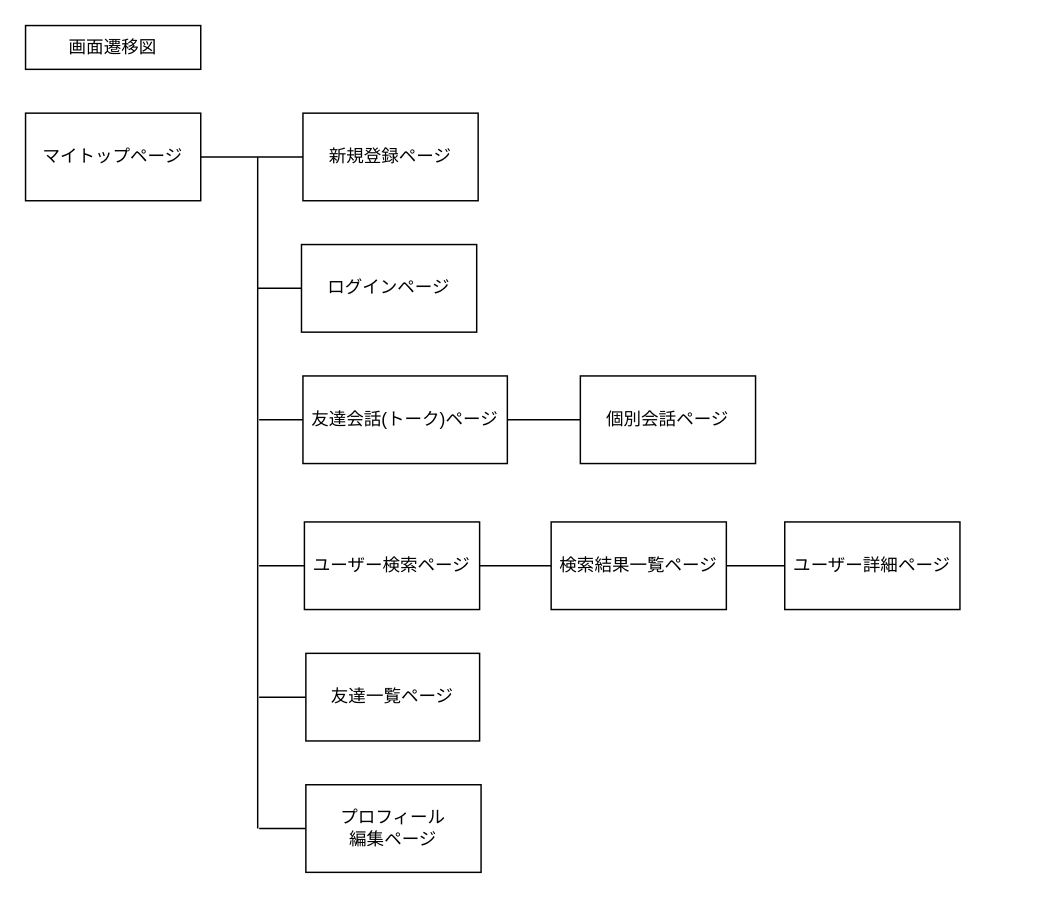
Above: page "画面遷移図" (2 of 2) of umaren.dio in suzuka1621/UMAREN1 (draw.io), before the change. Source tidied: cells renumbered, new cells numbered last; positions are measured from the earlier drawing's top-left corner, leaving out a move shared by most shapes. Both pictures are drawn from the tidied source at 146%, with x=0, y=0 at pixel (25, 25).
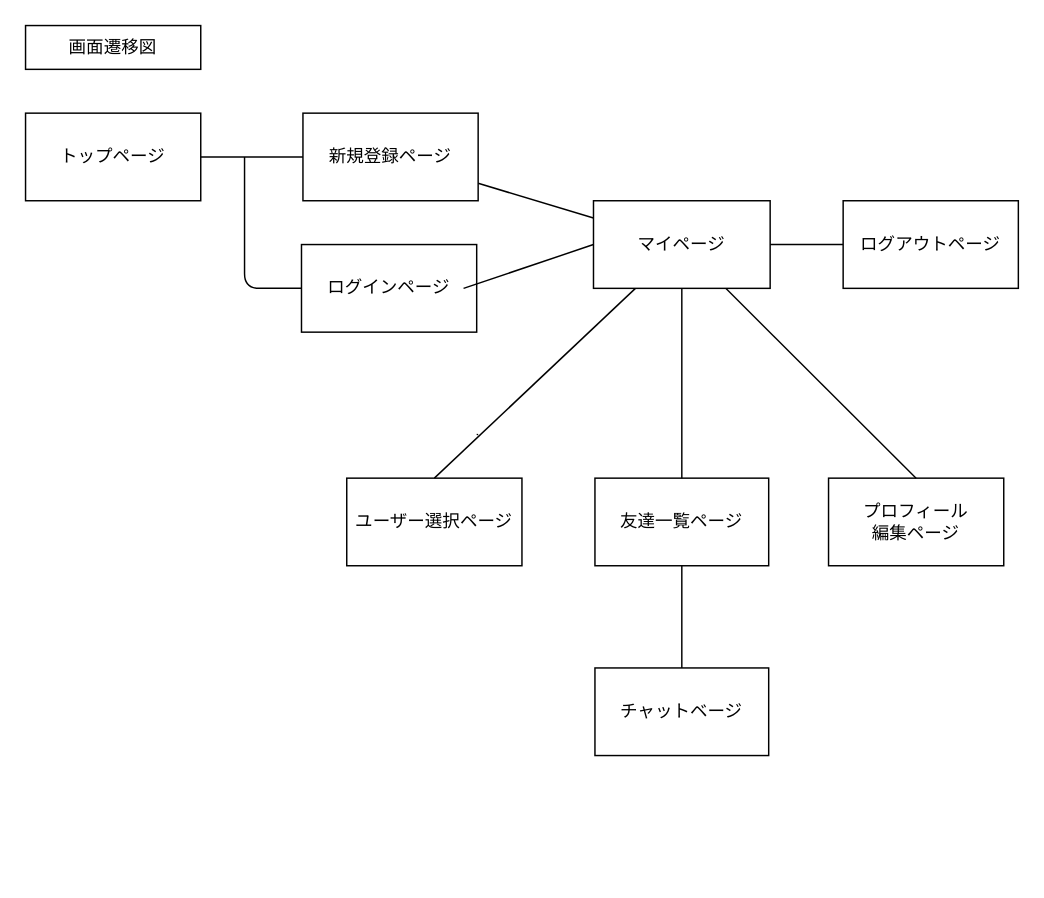
The same page after the edit.

The change refers to these unchanged cells:
```xml
<mxCell id="7" value="ログインページ" style="rounded=0;whiteSpace=wrap;html=1;" parent="1" vertex="1">
  <mxGeometry x="189" y="150" width="120" height="60" as="geometry" />
</mxCell>
<mxCell id="8" value="新規登録ページ" style="rounded=0;whiteSpace=wrap;html=1;" parent="1" vertex="1">
  <mxGeometry x="190" y="60" width="120" height="60" as="geometry" />
</mxCell>
```

Diff of the diagram source:
```diff
@@
-    <mxCell id="3" style="edgeStyle=none;html=1;exitX=0;exitY=0.5;exitDx=0;exitDy=0;endArrow=none;endFill=0;" parent="1" edge="1" source="4">
-      <mxGeometry relative="1" as="geometry">
-        <mxPoint x="160" y="370" as="targetPoint" />
-        <Array as="points">
-          <mxPoint x="170" y="370" />
-        </Array>
-      </mxGeometry>
-    </mxCell>
-    <mxCell id="4" value="ユーザー検索ページ" style="rounded=0;whiteSpace=wrap;html=1;" parent="1" vertex="1">
-      <mxGeometry x="191" y="340" width="120" height="60" as="geometry" />
+    <mxCell id="4" value="ユーザー選択ページ" style="rounded=0;whiteSpace=wrap;html=1;" parent="1" vertex="1">
+      <mxGeometry x="220" y="310" width="120" height="60" as="geometry" />
     </mxCell>
@@
     <mxCell id="6" style="edgeStyle=none;html=1;exitX=0;exitY=0.5;exitDx=0;exitDy=0;endArrow=none;endFill=0;" parent="1" edge="1" source="7">
       <mxGeometry relative="1" as="geometry">
-        <mxPoint x="159" y="180" as="targetPoint" />
+        <mxPoint x="150" y="90" as="targetPoint" />
+        <Array as="points">
+          <mxPoint x="150" y="180" />
+        </Array>
       </mxGeometry>
     </mxCell>
@@
+    <mxCell id="24" style="edgeStyle=none;html=1;endArrow=none;endFill=0;" parent="1" edge="1" source="8" target="29">
+      <mxGeometry relative="1" as="geometry" />
+    </mxCell>
@@
-    <mxCell id="9" style="edgeStyle=none;html=1;exitX=1;exitY=0.5;exitDx=0;exitDy=0;entryX=0;entryY=0.5;entryDx=0;entryDy=0;endArrow=none;endFill=0;" parent="1" edge="1" source="10" target="8">
+    <mxCell id="9" style="html=1;exitX=1;exitY=0.5;exitDx=0;exitDy=0;entryX=0;entryY=0.5;entryDx=0;entryDy=0;endArrow=none;endFill=0;" parent="1" edge="1" source="10" target="8">
       <mxGeometry relative="1" as="geometry">
         <Array as="points">
           <mxPoint x="160" y="90" />
         </Array>
       </mxGeometry>
     </mxCell>
-    <mxCell id="10" value="マイトップページ" style="rounded=0;whiteSpace=wrap;html=1;" parent="1" vertex="1">
+    <mxCell id="10" value="トップページ" style="rounded=0;whiteSpace=wrap;html=1;" parent="1" vertex="1">
       <mxGeometry y="60" width="120" height="60" as="geometry" />
     </mxCell>
-    <mxCell id="11" style="endArrow=none;html=1;" parent="1" edge="1">
-      <mxGeometry relative="1" as="geometry">
-        <mxPoint x="159" y="550" as="sourcePoint" />
-        <mxPoint x="159" y="90" as="targetPoint" />
-        <Array as="points">
-          <mxPoint x="159" y="180" />
-        </Array>
-      </mxGeometry>
-    </mxCell>
-    <mxCell id="12" value="検索結果一覧ページ" style="rounded=0;whiteSpace=wrap;html=1;" parent="1" vertex="1">
-      <mxGeometry x="360" y="340" width="120" height="60" as="geometry" />
-    </mxCell>
-    <mxCell id="13" value="ユーザー詳細ページ" style="rounded=0;whiteSpace=wrap;html=1;" parent="1" vertex="1">
-      <mxGeometry x="520" y="340" width="120" height="60" as="geometry" />
-    </mxCell>
     <mxCell id="14" value="友達一覧ページ" style="rounded=0;whiteSpace=wrap;html=1;" parent="1" vertex="1">
-      <mxGeometry x="192" y="430" width="119" height="60" as="geometry" />
+      <mxGeometry x="390" y="310" width="119" height="60" as="geometry" />
     </mxCell>
-    <mxCell id="15" style="edgeStyle=none;html=1;exitX=1;exitY=0.5;exitDx=0;exitDy=0;entryX=0;entryY=0.5;entryDx=0;entryDy=0;endArrow=none;endFill=0;" parent="1" edge="1" source="16" target="17">
-      <mxGeometry relative="1" as="geometry" />
-    </mxCell>
-    <mxCell id="16" value="友達会話(トーク)ページ" style="rounded=0;whiteSpace=wrap;html=1;" parent="1" vertex="1">
-      <mxGeometry x="190" y="240" width="140" height="60" as="geometry" />
-    </mxCell>
-    <mxCell id="17" value="個別会話ページ" style="rounded=0;whiteSpace=wrap;html=1;" parent="1" vertex="1">
-      <mxGeometry x="380" y="240" width="120" height="60" as="geometry" />
-    </mxCell>
     <mxCell id="18" value="プロフィール&lt;br&gt;編集ページ" style="rounded=0;whiteSpace=wrap;html=1;" parent="1" vertex="1">
-      <mxGeometry x="192" y="520" width="120" height="60" as="geometry" />
+      <mxGeometry x="550" y="310" width="120" height="60" as="geometry" />
     </mxCell>
-    <mxCell id="19" style="edgeStyle=none;html=1;entryX=0;entryY=0.5;entryDx=0;entryDy=0;endArrow=none;endFill=0;exitX=1;exitY=0.5;exitDx=0;exitDy=0;" parent="1" edge="1" source="4" target="12">
-      <mxGeometry relative="1" as="geometry" />
-    </mxCell>
-    <mxCell id="20" style="edgeStyle=none;html=1;entryX=0;entryY=0.5;entryDx=0;entryDy=0;endArrow=none;endFill=0;" parent="1" edge="1" target="13">
-      <mxGeometry relative="1" as="geometry">
-        <mxPoint x="480" y="370" as="sourcePoint" />
-      </mxGeometry>
-    </mxCell>
-    <mxCell id="21" style="edgeStyle=none;html=1;exitX=0;exitY=0.5;exitDx=0;exitDy=0;endArrow=none;endFill=0;" parent="1" edge="1" source="14">
-      <mxGeometry relative="1" as="geometry">
-        <mxPoint x="160" y="460" as="targetPoint" />
-      </mxGeometry>
-    </mxCell>
-    <mxCell id="22" style="edgeStyle=none;html=1;exitX=0;exitY=0.5;exitDx=0;exitDy=0;endArrow=none;endFill=0;" parent="1" edge="1" source="18">
-      <mxGeometry relative="1" as="geometry">
-        <mxPoint x="160" y="550" as="targetPoint" />
-      </mxGeometry>
-    </mxCell>
-    <mxCell id="23" style="edgeStyle=none;html=1;exitX=0;exitY=0.5;exitDx=0;exitDy=0;endArrow=none;endFill=0;" parent="1" edge="1" source="16">
-      <mxGeometry relative="1" as="geometry">
-        <mxPoint x="160" y="270" as="targetPoint" />
-      </mxGeometry>
-    </mxCell>
+    <mxCell id="25" style="edgeStyle=none;html=1;endArrow=none;endFill=0;" parent="1" edge="1" source="29">
+      <mxGeometry relative="1" as="geometry">
+        <mxPoint x="280" y="310" as="targetPoint" />
+      </mxGeometry>
+    </mxCell>
+    <mxCell id="26" style="edgeStyle=none;html=1;entryX=0.5;entryY=0;entryDx=0;entryDy=0;endArrow=none;endFill=0;" parent="1" edge="1" source="29" target="18">
+      <mxGeometry relative="1" as="geometry" />
+    </mxCell>
+    <mxCell id="27" style="edgeStyle=none;html=1;entryX=0.5;entryY=0;entryDx=0;entryDy=0;endArrow=none;endFill=0;" parent="1" edge="1" source="29" target="14">
+      <mxGeometry relative="1" as="geometry" />
+    </mxCell>
+    <mxCell id="28" style="edgeStyle=none;html=1;endArrow=none;endFill=0;" parent="1" edge="1" source="29" target="33">
+      <mxGeometry relative="1" as="geometry" />
+    </mxCell>
+    <mxCell id="29" value="マイページ" style="rounded=0;whiteSpace=wrap;html=1;" parent="1" vertex="1">
+      <mxGeometry x="389" y="120" width="121" height="60" as="geometry" />
+    </mxCell>
+    <mxCell id="30" style="edgeStyle=none;html=1;exitX=0;exitY=0.5;exitDx=0;exitDy=0;entryX=0.925;entryY=0.5;entryDx=0;entryDy=0;entryPerimeter=0;endArrow=none;endFill=0;" parent="1" edge="1" source="29" target="7">
+      <mxGeometry relative="1" as="geometry" />
+    </mxCell>
+    <mxCell id="31" style="edgeStyle=none;html=1;entryX=0.5;entryY=1;entryDx=0;entryDy=0;endArrow=none;endFill=0;" parent="1" edge="1" source="32" target="14">
+      <mxGeometry relative="1" as="geometry" />
+    </mxCell>
+    <mxCell id="32" value="チャットベージ" style="rounded=0;whiteSpace=wrap;html=1;" parent="1" vertex="1">
+      <mxGeometry x="390" y="440" width="119" height="60" as="geometry" />
+    </mxCell>
+    <mxCell id="33" value="ログアウトページ" style="rounded=0;whiteSpace=wrap;html=1;" parent="1" vertex="1">
+      <mxGeometry x="560" y="120" width="120" height="60" as="geometry" />
+    </mxCell>
```
